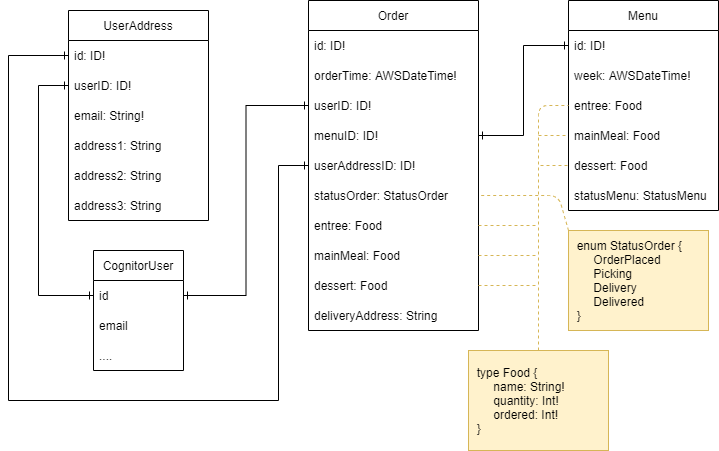
Earlier version of the draw.io export Tables.png (tritri251214/exercise-hel). Source tidied: cells renumbered, new cells last; positions are measured from the earlier drawing's top-left corner, leaving out a move shared by most shapes.
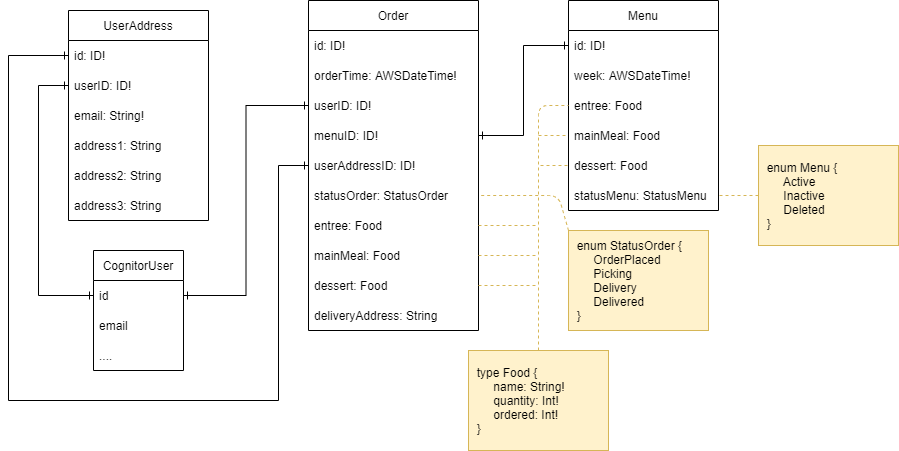
The same file after the commit.

Commit message:
[React] Upload tables

Diff of the diagram source:
```diff
@@ -158,5 +158,11 @@
         <mxPoint x="530" y="285" as="targetPoint" />
       </mxGeometry>
     </mxCell>
+    <mxCell id="44" value="&amp;nbsp; enum Menu {&lt;br&gt;&amp;nbsp; &amp;nbsp; &amp;nbsp; &amp;nbsp;Active&lt;br&gt;&amp;nbsp; &amp;nbsp; &amp;nbsp; &amp;nbsp;Inactive&lt;br&gt;&amp;nbsp; &amp;nbsp; &amp;nbsp; &amp;nbsp;Deleted&lt;br&gt;&amp;nbsp; }" style="rounded=0;whiteSpace=wrap;html=1;fillColor=#fff2cc;strokeColor=#d6b656;align=left;" parent="1" vertex="1">
+      <mxGeometry x="750" y="145" width="140" height="100" as="geometry" />
+    </mxCell>
+    <mxCell id="45" style="endArrow=none;dashed=1;html=1;exitX=0;exitY=0.5;exitDx=0;exitDy=0;fillColor=#fff2cc;strokeColor=#d6b656;entryX=1;entryY=0.5;entryDx=0;entryDy=0;" parent="1" edge="1" source="44" target="16">
+      <mxGeometry relative="1" as="geometry" />
+    </mxCell>
   </root>
 </mxGraphModel>
```
